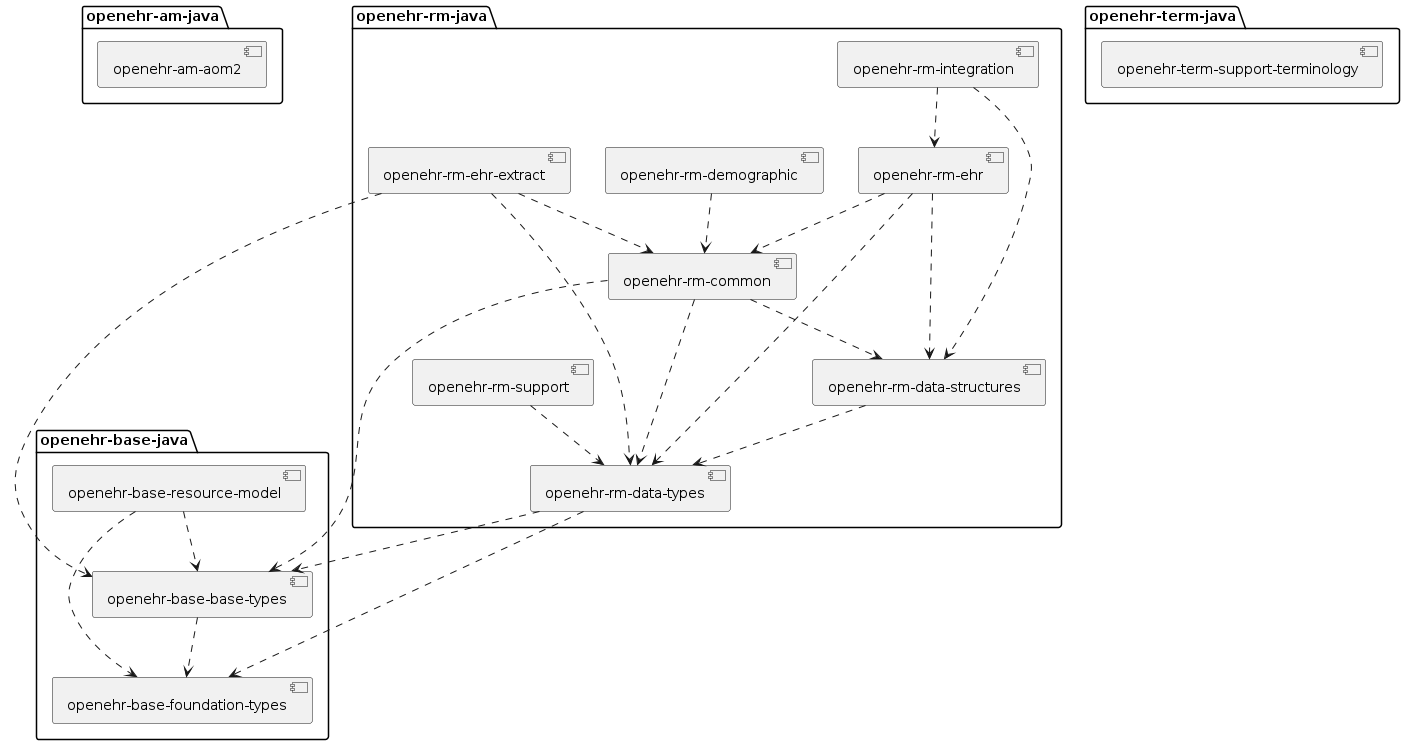
Before: img/overview.png, a diagram exported from PlantUML (openehr4j/.github).
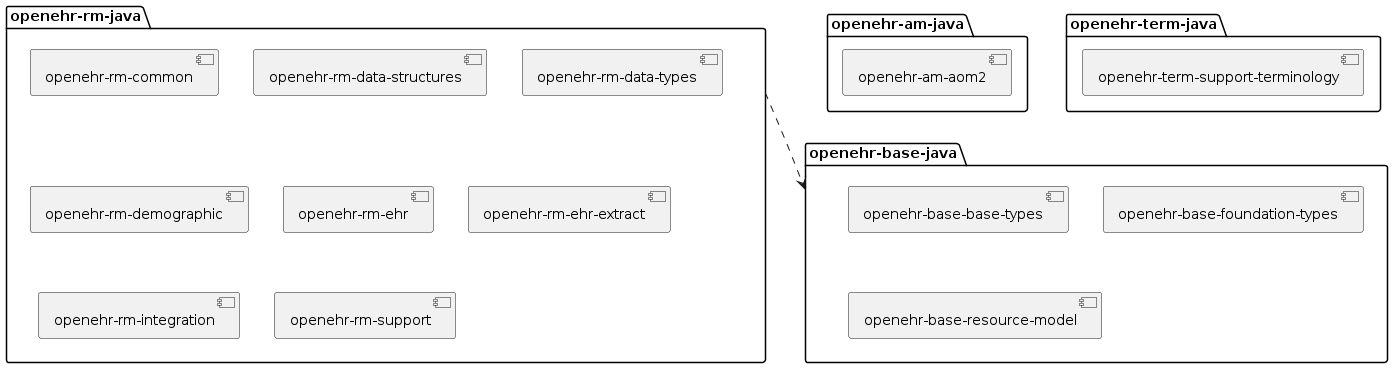
The same file after the commit.

Commit message:
Update overview diagram

Change to the diagram source:
```diff
@@ -1,16 +1,16 @@
 @startuml undefined
 
-package openehr-am-java {
+package "openehr-am-java" as AM {
   component "openehr-am-aom2" as aom2
 }
 
-package openehr-base-java {
+package "openehr-base-java" as BASE {
   component "openehr-base-base-types" as baseTypes
   component "openehr-base-foundation-types" as foundationTypes
   component "openehr-base-resource-model" as resourceModel
 }
 
-package openehr-rm-java {
+package "openehr-rm-java" as RM {
   component "openehr-rm-common" as common
   component "openehr-rm-data-structures" as dataStructures
   component "openehr-rm-data-types" as dataTypes
@@ -21,36 +21,10 @@
   component "openehr-rm-support" as support
 }
 
-package openehr-term-java {
+package "openehr-term-java" as TERM {
   component "openehr-term-support-terminology" as supportTerminology
 }
 
-baseTypes ..> foundationTypes
-resourceModel ..> baseTypes
-resourceModel ..> foundationTypes
-
-common ..> baseTypes
-common ..> dataTypes
-common ..> dataStructures
-
-dataStructures ..> dataTypes
-
-dataTypes ..> baseTypes
-dataTypes ..> foundationTypes
-
-demographic ..> common
-
-ehr ..> common
-ehr ..> dataStructures
-ehr ..> dataTypes
-
-ehrExtract ..> baseTypes
-ehrExtract ..> common
-ehrExtract ..> dataTypes
-
-integration ..> dataStructures
-integration ..> ehr
-
-support ..> dataTypes
+RM ..> BASE
 
 @enduml
```
